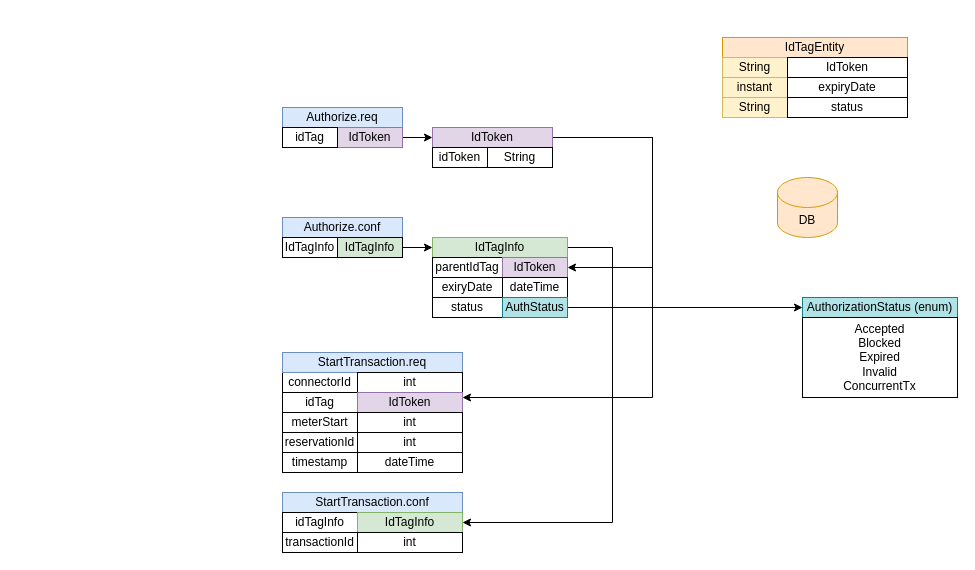
This is AuthOcpp.drawio from stefanszeke/diargrams_io, a draw.io file, before an edit. Source tidied: cells renumbered, new cells numbered last; positions are measured from the earlier drawing's top-left corner, leaving out a move shared by most shapes. Both pictures are drawn from the tidied source at 100%, with x=0, y=0 at pixel (282, 37).
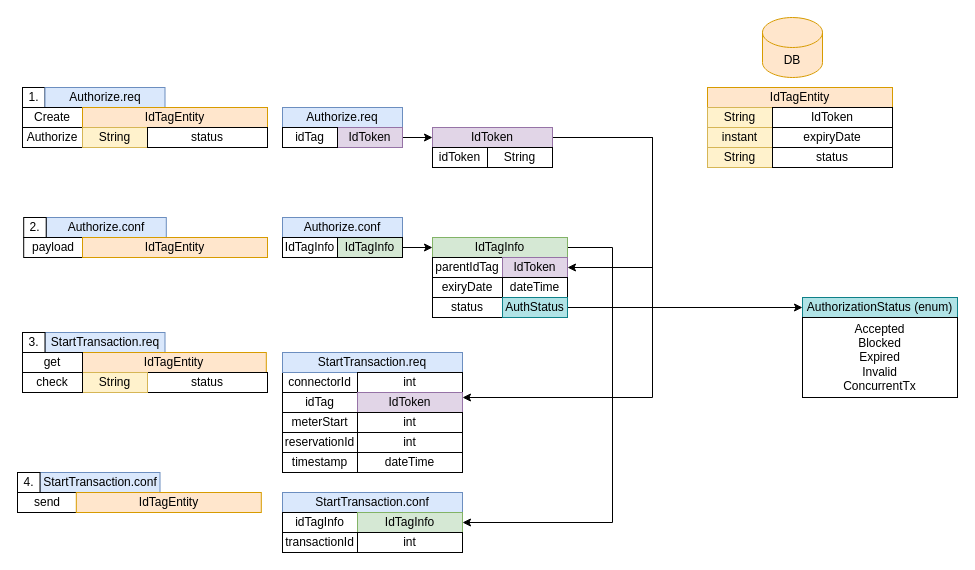
After the change.

What changed in the source:
```diff
@@
     <mxCell id="40" value="DB" style="shape=cylinder3;whiteSpace=wrap;html=1;boundedLbl=1;backgroundOutline=1;size=15;fillColor=#ffe6cc;strokeColor=#d79b00;" parent="1" vertex="1">
-      <mxGeometry x="495" y="140" width="60" height="60" as="geometry" />
+      <mxGeometry x="480" y="-20" width="60" height="60" as="geometry" />
     </mxCell>
     <mxCell id="41" value="IdTagEntity" style="rounded=0;whiteSpace=wrap;html=1;fillColor=#ffe6cc;strokeColor=#d79b00;" parent="1" vertex="1">
-      <mxGeometry x="440" width="185" height="20" as="geometry" />
+      <mxGeometry x="425" y="50" width="185" height="20" as="geometry" />
     </mxCell>
     <mxCell id="42" value="&lt;div&gt;String&lt;/div&gt;" style="rounded=0;whiteSpace=wrap;html=1;fillColor=#fff2cc;strokeColor=#d6b656;" parent="1" vertex="1">
-      <mxGeometry x="440" y="20" width="65" height="20" as="geometry" />
+      <mxGeometry x="425" y="70" width="65" height="20" as="geometry" />
     </mxCell>
     <mxCell id="43" value="instant" style="rounded=0;whiteSpace=wrap;html=1;fillColor=#fff2cc;strokeColor=#d6b656;" parent="1" vertex="1">
-      <mxGeometry x="440" y="40" width="65" height="20" as="geometry" />
+      <mxGeometry x="425" y="90" width="65" height="20" as="geometry" />
     </mxCell>
     <mxCell id="44" value="String" style="rounded=0;whiteSpace=wrap;html=1;fillColor=#fff2cc;strokeColor=#d6b656;" parent="1" vertex="1">
-      <mxGeometry x="440" y="60" width="65" height="20" as="geometry" />
+      <mxGeometry x="425" y="110" width="65" height="20" as="geometry" />
     </mxCell>
     <mxCell id="45" value="expiryDate" style="rounded=0;whiteSpace=wrap;html=1;" parent="1" vertex="1">
-      <mxGeometry x="505" y="40" width="120" height="20" as="geometry" />
+      <mxGeometry x="490" y="90" width="120" height="20" as="geometry" />
     </mxCell>
     <mxCell id="46" value="IdToken" style="rounded=0;whiteSpace=wrap;html=1;" parent="1" vertex="1">
-      <mxGeometry x="505" y="20" width="120" height="20" as="geometry" />
+      <mxGeometry x="490" y="70" width="120" height="20" as="geometry" />
     </mxCell>
     <mxCell id="47" value="status" style="rounded=0;whiteSpace=wrap;html=1;" parent="1" vertex="1">
-      <mxGeometry x="505" y="60" width="120" height="20" as="geometry" />
+      <mxGeometry x="490" y="110" width="120" height="20" as="geometry" />
     </mxCell>
@@
+    <mxCell id="50" value="1. " style="rounded=0;whiteSpace=wrap;html=1;" parent="1" vertex="1">
+      <mxGeometry x="-260" y="50" width="22.5" height="20" as="geometry" />
+    </mxCell>
+    <mxCell id="51" value="Authorize.req" style="rounded=0;whiteSpace=wrap;html=1;fillColor=#dae8fc;strokeColor=#6c8ebf;" parent="1" vertex="1">
+      <mxGeometry x="-237.5" y="50" width="120" height="20" as="geometry" />
+    </mxCell>
+    <mxCell id="52" value="Create" style="whiteSpace=wrap;html=1;" parent="1" vertex="1">
+      <mxGeometry x="-260" y="70" width="60" height="20" as="geometry" />
+    </mxCell>
+    <mxCell id="53" value="IdTagEntity" style="rounded=0;whiteSpace=wrap;html=1;fillColor=#ffe6cc;strokeColor=#d79b00;" parent="1" vertex="1">
+      <mxGeometry x="-200" y="70" width="185" height="20" as="geometry" />
+    </mxCell>
+    <mxCell id="54" value="Authorize" style="rounded=0;whiteSpace=wrap;html=1;" parent="1" vertex="1">
+      <mxGeometry x="-260" y="90" width="60" height="20" as="geometry" />
+    </mxCell>
+    <mxCell id="55" value="String" style="rounded=0;whiteSpace=wrap;html=1;fillColor=#fff2cc;strokeColor=#d6b656;" parent="1" vertex="1">
+      <mxGeometry x="-200" y="90" width="65" height="20" as="geometry" />
+    </mxCell>
+    <mxCell id="56" value="status" style="rounded=0;whiteSpace=wrap;html=1;" parent="1" vertex="1">
+      <mxGeometry x="-135" y="90" width="120" height="20" as="geometry" />
+    </mxCell>
+    <mxCell id="57" value="Authorize.conf" style="rounded=0;whiteSpace=wrap;html=1;fillColor=#dae8fc;strokeColor=#6c8ebf;" parent="1" vertex="1">
+      <mxGeometry x="-236.2" y="180" width="120" height="20" as="geometry" />
+    </mxCell>
+    <mxCell id="58" value="2." style="rounded=0;whiteSpace=wrap;html=1;" parent="1" vertex="1">
+      <mxGeometry x="-258.8" y="180" width="22.5" height="20" as="geometry" />
+    </mxCell>
+    <mxCell id="59" value="payload" style="whiteSpace=wrap;html=1;" parent="1" vertex="1">
+      <mxGeometry x="-258.8" y="200" width="60" height="20" as="geometry" />
+    </mxCell>
+    <mxCell id="60" value="IdTagEntity" style="rounded=0;whiteSpace=wrap;html=1;fillColor=#ffe6cc;strokeColor=#d79b00;" parent="1" vertex="1">
+      <mxGeometry x="-200" y="200" width="185" height="20" as="geometry" />
+    </mxCell>
+    <mxCell id="61" value="StartTransaction.req" style="rounded=0;whiteSpace=wrap;html=1;fillColor=#dae8fc;strokeColor=#6c8ebf;" parent="1" vertex="1">
+      <mxGeometry x="-237.5" y="295" width="120" height="20" as="geometry" />
+    </mxCell>
+    <mxCell id="62" value="&lt;div&gt;3.&lt;/div&gt;" style="rounded=0;whiteSpace=wrap;html=1;" parent="1" vertex="1">
+      <mxGeometry x="-260" y="295" width="22.5" height="20" as="geometry" />
+    </mxCell>
+    <mxCell id="63" value="IdTagEntity" style="rounded=0;whiteSpace=wrap;html=1;fillColor=#ffe6cc;strokeColor=#d79b00;" parent="1" vertex="1">
+      <mxGeometry x="-201.2" y="315" width="185" height="20" as="geometry" />
+    </mxCell>
+    <mxCell id="64" value="get" style="whiteSpace=wrap;html=1;" parent="1" vertex="1">
+      <mxGeometry x="-260" y="315" width="60" height="20" as="geometry" />
+    </mxCell>
+    <mxCell id="65" value="StartTransaction.conf" style="rounded=0;whiteSpace=wrap;html=1;fillColor=#dae8fc;strokeColor=#6c8ebf;" parent="1" vertex="1">
+      <mxGeometry x="-242.5" y="435" width="120" height="20" as="geometry" />
+    </mxCell>
+    <mxCell id="66" value="4." style="rounded=0;whiteSpace=wrap;html=1;" parent="1" vertex="1">
+      <mxGeometry x="-265" y="435" width="22.5" height="20" as="geometry" />
+    </mxCell>
+    <mxCell id="67" value="send" style="whiteSpace=wrap;html=1;" parent="1" vertex="1">
+      <mxGeometry x="-265" y="455" width="60" height="20" as="geometry" />
+    </mxCell>
+    <mxCell id="68" value="IdTagEntity" style="rounded=0;whiteSpace=wrap;html=1;fillColor=#ffe6cc;strokeColor=#d79b00;" parent="1" vertex="1">
+      <mxGeometry x="-206.2" y="455" width="185" height="20" as="geometry" />
+    </mxCell>
+    <mxCell id="69" value="status" style="rounded=0;whiteSpace=wrap;html=1;" parent="1" vertex="1">
+      <mxGeometry x="-135" y="335" width="120" height="20" as="geometry" />
+    </mxCell>
+    <mxCell id="70" value="String" style="rounded=0;whiteSpace=wrap;html=1;fillColor=#fff2cc;strokeColor=#d6b656;" parent="1" vertex="1">
+      <mxGeometry x="-200" y="335" width="65" height="20" as="geometry" />
+    </mxCell>
+    <mxCell id="71" value="check" style="rounded=0;whiteSpace=wrap;html=1;" parent="1" vertex="1">
+      <mxGeometry x="-260" y="335" width="60" height="20" as="geometry" />
+    </mxCell>
```
